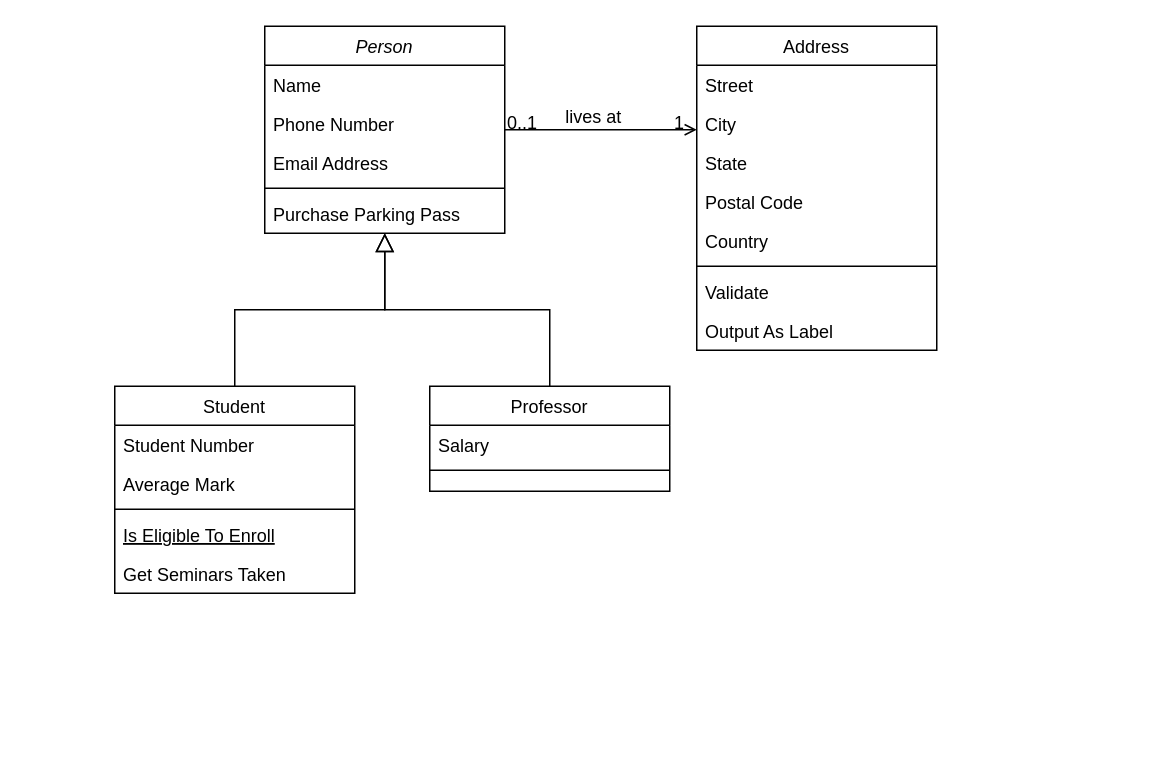
Before: Diagrama -Diego/Diagrama sin título.drawio in dadd86/The-Javengers---IntellJ, a draw.io diagram. Source tidied: cells renumbered, new cells numbered last; positions are measured from the earlier drawing's top-left corner, leaving out a move shared by most shapes. Both pictures are drawn from the tidied source at 150%, with x=0, y=0 at pixel (114, 26).
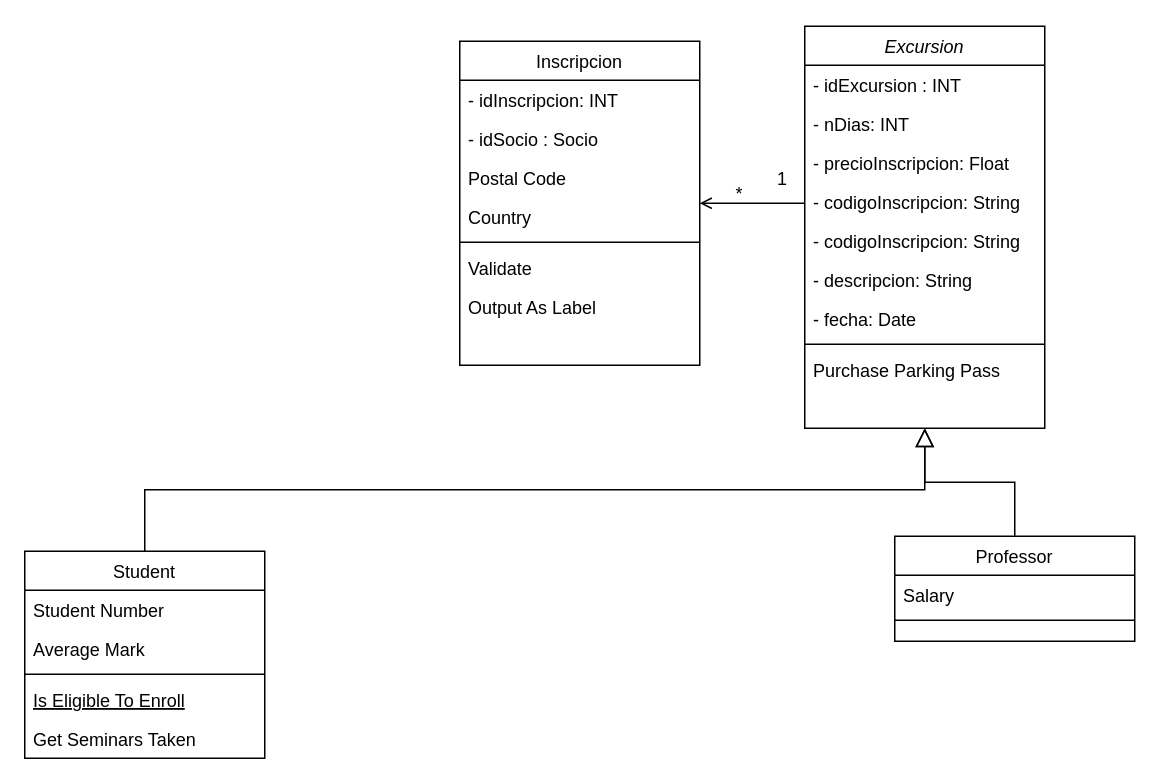
The same page after the edit.

Unchanged cells that the change refers to:
```xml
<mxCell id="28" style="endArrow=open;shadow=0;strokeWidth=1;rounded=0;curved=0;endFill=1;edgeStyle=elbowEdgeStyle;elbow=vertical;" parent="1" edge="1" source="2" target="19">
  <mxGeometry x="0.5" y="41" relative="1" as="geometry">
    <mxPoint x="-40" y="32" as="offset" />
  </mxGeometry>
</mxCell>
```

Diff of the diagram source:
```diff
@@
-    <mxCell id="2" value="Person" style="swimlane;fontStyle=2;align=center;verticalAlign=top;horizontal=1;startSize=26;rounded=0;shadow=0;strokeWidth=1;" parent="1" vertex="1">
-      <mxGeometry x="100" width="160" height="138" as="geometry" />
+    <mxCell id="2" value="Excursion&#10;" style="swimlane;fontStyle=2;align=center;verticalAlign=top;horizontal=1;startSize=26;rounded=0;shadow=0;strokeWidth=1;" parent="1" vertex="1">
+      <mxGeometry x="460" width="160" height="268" as="geometry" />
     </mxCell>
-    <mxCell id="3" value="Name" style="text;align=left;verticalAlign=top;spacingLeft=4;spacingRight=4;overflow=hidden;" parent="2" vertex="1">
+    <mxCell id="3" value="- idExcursion : INT" style="text;align=left;verticalAlign=top;spacingLeft=4;spacingRight=4;overflow=hidden;" parent="2" vertex="1">
       <mxGeometry y="26" width="160" height="26" as="geometry" />
     </mxCell>
-    <mxCell id="4" value="Phone Number" style="text;align=left;verticalAlign=top;spacingLeft=4;spacingRight=4;overflow=hidden;rounded=0;shadow=0;html=0;" parent="2" vertex="1">
+    <mxCell id="4" value="- nDias: INT" style="text;align=left;verticalAlign=top;spacingLeft=4;spacingRight=4;overflow=hidden;rounded=0;shadow=0;html=0;" parent="2" vertex="1">
       <mxGeometry y="52" width="160" height="26" as="geometry" />
     </mxCell>
-    <mxCell id="5" value="Email Address" style="text;align=left;verticalAlign=top;spacingLeft=4;spacingRight=4;overflow=hidden;rounded=0;shadow=0;html=0;" parent="2" vertex="1">
+    <mxCell id="5" value="- precioInscripcion: Float" style="text;align=left;verticalAlign=top;spacingLeft=4;spacingRight=4;overflow=hidden;rounded=0;shadow=0;html=0;" parent="2" vertex="1">
       <mxGeometry y="78" width="160" height="26" as="geometry" />
     </mxCell>
+    <mxCell id="32" value="- codigoInscripcion: String" style="text;align=left;verticalAlign=top;spacingLeft=4;spacingRight=4;overflow=hidden;rounded=0;shadow=0;html=0;" parent="2" vertex="1">
+      <mxGeometry y="104" width="160" height="26" as="geometry" />
+    </mxCell>
+    <mxCell id="33" value="- codigoInscripcion: String" style="text;align=left;verticalAlign=top;spacingLeft=4;spacingRight=4;overflow=hidden;rounded=0;shadow=0;html=0;" parent="2" vertex="1">
+      <mxGeometry y="130" width="160" height="26" as="geometry" />
+    </mxCell>
+    <mxCell id="34" value="- descripcion: String" style="text;align=left;verticalAlign=top;spacingLeft=4;spacingRight=4;overflow=hidden;" parent="2" vertex="1">
+      <mxGeometry y="156" width="160" height="26" as="geometry" />
+    </mxCell>
+    <mxCell id="35" value="- fecha: Date&#10;" style="text;align=left;verticalAlign=top;spacingLeft=4;spacingRight=4;overflow=hidden;rounded=0;shadow=0;html=0;" parent="2" vertex="1">
+      <mxGeometry y="182" width="160" height="26" as="geometry" />
+    </mxCell>
     <mxCell id="6" style="line;html=1;strokeWidth=1;align=left;verticalAlign=middle;spacingTop=-1;spacingLeft=3;spacingRight=3;labelPosition=right;" parent="2" vertex="1">
-      <mxGeometry y="104" width="160" height="8" as="geometry" />
+      <mxGeometry y="208" width="160" height="8" as="geometry" />
     </mxCell>
     <mxCell id="7" value="Purchase Parking Pass" style="text;align=left;verticalAlign=top;spacingLeft=4;spacingRight=4;overflow=hidden;" parent="2" vertex="1">
-      <mxGeometry y="112" width="160" height="26" as="geometry" />
+      <mxGeometry y="216" width="160" height="26" as="geometry" />
     </mxCell>
     <mxCell id="8" value="Student" style="swimlane;fontStyle=0;align=center;verticalAlign=top;horizontal=1;startSize=26;rounded=0;shadow=0;strokeWidth=1;" parent="1" vertex="1">
-      <mxGeometry y="240" width="160" height="138" as="geometry" />
+      <mxGeometry x="-60" y="350" width="160" height="138" as="geometry" />
     </mxCell>
@@
     <mxCell id="15" value="Professor" style="swimlane;fontStyle=0;align=center;verticalAlign=top;horizontal=1;startSize=26;rounded=0;shadow=0;strokeWidth=1;" parent="1" vertex="1">
-      <mxGeometry x="210" y="240" width="160" height="70" as="geometry" />
+      <mxGeometry x="520" y="340" width="160" height="70" as="geometry" />
     </mxCell>
@@
-    <mxCell id="19" value="Address" style="swimlane;fontStyle=0;align=center;verticalAlign=top;horizontal=1;startSize=26;rounded=0;shadow=0;strokeWidth=1;" parent="1" vertex="1">
-      <mxGeometry x="388" width="160" height="216" as="geometry" />
+    <mxCell id="19" value="Inscripcion" style="swimlane;fontStyle=0;align=center;verticalAlign=top;horizontal=1;startSize=26;rounded=0;shadow=0;strokeWidth=1;" parent="1" vertex="1">
+      <mxGeometry x="230" y="10" width="160" height="216" as="geometry" />
     </mxCell>
-    <mxCell id="20" value="Street" style="text;align=left;verticalAlign=top;spacingLeft=4;spacingRight=4;overflow=hidden;" parent="19" vertex="1">
+    <mxCell id="20" value="- idInscripcion: INT" style="text;align=left;verticalAlign=top;spacingLeft=4;spacingRight=4;overflow=hidden;" parent="19" vertex="1">
       <mxGeometry y="26" width="160" height="26" as="geometry" />
     </mxCell>
-    <mxCell id="21" value="City" style="text;align=left;verticalAlign=top;spacingLeft=4;spacingRight=4;overflow=hidden;rounded=0;shadow=0;html=0;" parent="19" vertex="1">
+    <mxCell id="21" value="- idSocio : Socio" style="text;align=left;verticalAlign=top;spacingLeft=4;spacingRight=4;overflow=hidden;rounded=0;shadow=0;html=0;" parent="19" vertex="1">
       <mxGeometry y="52" width="160" height="26" as="geometry" />
     </mxCell>
-    <mxCell id="22" value="State" style="text;align=left;verticalAlign=top;spacingLeft=4;spacingRight=4;overflow=hidden;rounded=0;shadow=0;html=0;" parent="19" vertex="1">
-      <mxGeometry y="78" width="160" height="26" as="geometry" />
-    </mxCell>
     <mxCell id="23" value="Postal Code" style="text;align=left;verticalAlign=top;spacingLeft=4;spacingRight=4;overflow=hidden;rounded=0;shadow=0;html=0;" parent="19" vertex="1">
-      <mxGeometry y="104" width="160" height="26" as="geometry" />
+      <mxGeometry y="78" width="160" height="26" as="geometry" />
     </mxCell>
     <mxCell id="24" value="Country" style="text;align=left;verticalAlign=top;spacingLeft=4;spacingRight=4;overflow=hidden;rounded=0;shadow=0;html=0;" parent="19" vertex="1">
-      <mxGeometry y="130" width="160" height="26" as="geometry" />
+      <mxGeometry y="104" width="160" height="26" as="geometry" />
     </mxCell>
     <mxCell id="25" style="line;html=1;strokeWidth=1;align=left;verticalAlign=middle;spacingTop=-1;spacingLeft=3;spacingRight=3;labelPosition=right;" parent="19" vertex="1">
-      <mxGeometry y="156" width="160" height="8" as="geometry" />
+      <mxGeometry y="130" width="160" height="8" as="geometry" />
     </mxCell>
     <mxCell id="26" value="Validate" style="text;align=left;verticalAlign=top;spacingLeft=4;spacingRight=4;overflow=hidden;" parent="19" vertex="1">
-      <mxGeometry y="164" width="160" height="26" as="geometry" />
+      <mxGeometry y="138" width="160" height="26" as="geometry" />
     </mxCell>
     <mxCell id="27" value="Output As Label" style="text;align=left;verticalAlign=top;spacingLeft=4;spacingRight=4;overflow=hidden;" parent="19" vertex="1">
-      <mxGeometry y="190" width="160" height="26" as="geometry" />
+      <mxGeometry y="164" width="160" height="26" as="geometry" />
     </mxCell>
@@
-    <mxCell id="29" value="0..1" style="align=left;verticalAlign=bottom;labelBackgroundColor=none;fontSize=12;" parent="28" vertex="1">
+    <mxCell id="29" value="1" style="align=left;verticalAlign=bottom;labelBackgroundColor=none;fontSize=12;" parent="28" vertex="1">
       <mxGeometry x="-1" relative="1" as="geometry">
-        <mxPoint y="4" as="offset" />
+        <mxPoint x="-20" y="-8" as="offset" />
       </mxGeometry>
     </mxCell>
-    <mxCell id="30" value="1" style="align=right;verticalAlign=bottom;labelBackgroundColor=none;fontSize=12;" parent="28" vertex="1">
+    <mxCell id="30" value="*" style="align=right;verticalAlign=bottom;labelBackgroundColor=none;fontSize=12;" parent="28" vertex="1">
       <mxGeometry x="1" relative="1" as="geometry">
-        <mxPoint x="-7" y="4" as="offset" />
+        <mxPoint x="30" y="2" as="offset" />
       </mxGeometry>
     </mxCell>
-    <mxCell id="31" value="lives at" style="text;html=1;align=center;verticalAlign=middle;labelBackgroundColor=none;rounded=0;shadow=0;strokeWidth=1;fontSize=12;" parent="28" vertex="1">
-      <mxGeometry x="0.5" y="49" relative="1" as="geometry">
-        <mxPoint x="-38" y="40" as="offset" />
-      </mxGeometry>
-    </mxCell>
```
